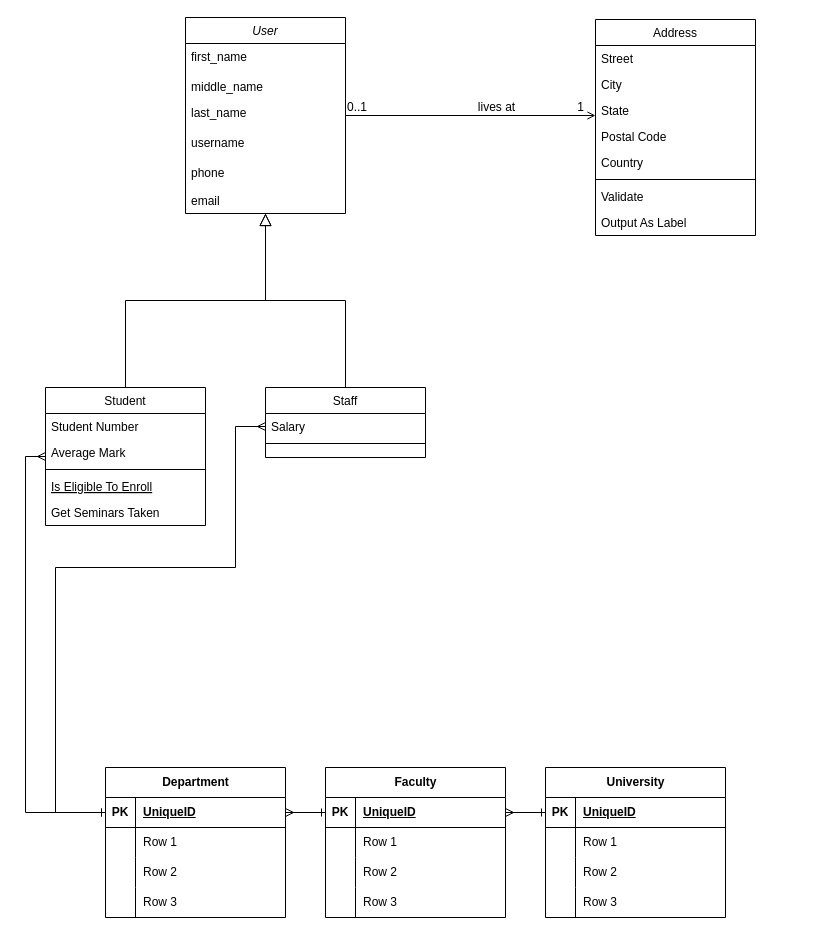
The draw.io diagram Untitled Diagram.drawio in GeeNahz/ER_diagrams, before the edit. Source tidied: cells renumbered, new cells numbered last; positions are measured from the earlier drawing's top-left corner, leaving out a move shared by most shapes. Both pictures are drawn from the tidied source at 100%, with x=0, y=0 at pixel (45, 17).
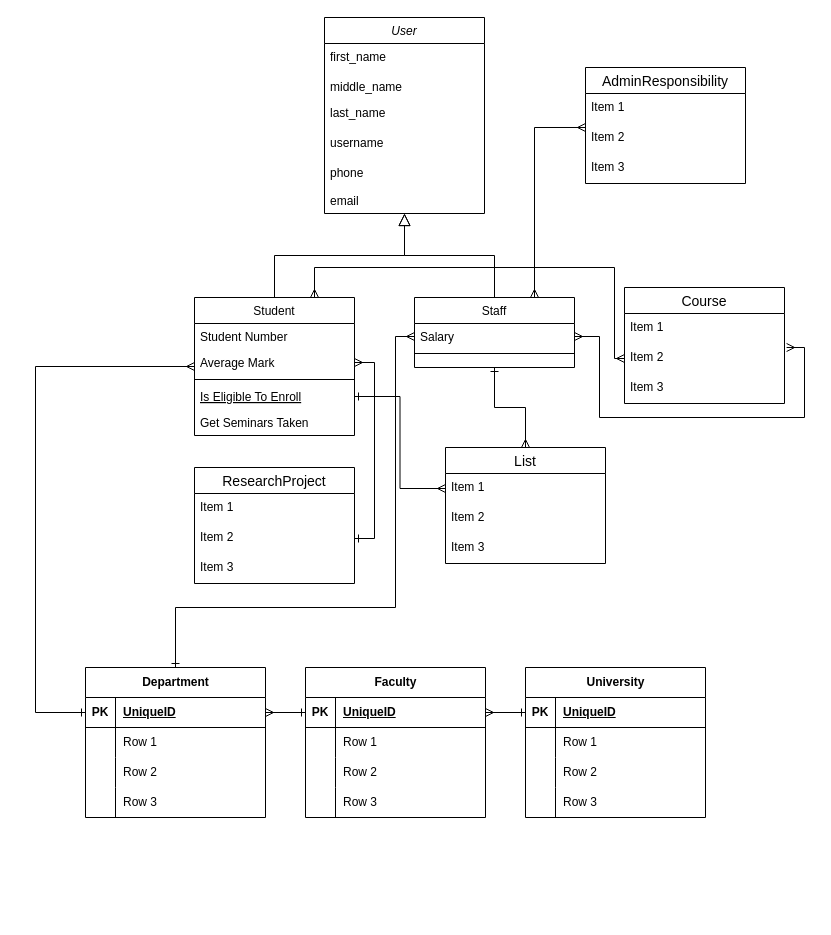
Above is the later version.

Commit message:
dbms-ERD

The change refers to these unchanged cells:
```xml
<mxCell id="12" value="Average Mark" style="text;align=left;verticalAlign=top;spacingLeft=4;spacingRight=4;overflow=hidden;points=[[0,0.5],[1,0.5]];portConstraint=eastwest;rounded=0;shadow=0;html=0;" parent="10" vertex="1">
  <mxGeometry y="52" width="160" height="26" as="geometry" />
</mxCell>
<mxCell id="14" value="Is Eligible To Enroll" style="text;align=left;verticalAlign=top;spacingLeft=4;spacingRight=4;overflow=hidden;points=[[0,0.5],[1,0.5]];portConstraint=eastwest;fontStyle=4;" parent="10" vertex="1">
  <mxGeometry y="86" width="160" height="26" as="geometry" />
</mxCell>
<mxCell id="18" value="Salary" style="text;align=left;verticalAlign=top;spacingLeft=4;spacingRight=4;overflow=hidden;points=[[0,0.5],[1,0.5]];portConstraint=eastwest;" parent="17" vertex="1">
  <mxGeometry y="26" width="160" height="26" as="geometry" />
</mxCell>
<mxCell id="61" style="shape=tableRow;horizontal=0;startSize=0;swimlaneHead=0;swimlaneBody=0;fillColor=none;points=[[0,0.5],[1,0.5]];portConstraint=eastwest;top=0;left=0;right=0;bottom=1;" parent="60" vertex="1">
  <mxGeometry y="30" width="180" height="30" as="geometry" />
</mxCell>
```

The edit, as a diff of the source:
```diff
@@
     <mxCell id="2" value="User" style="swimlane;fontStyle=2;align=center;verticalAlign=top;horizontal=1;startSize=26;rounded=0;shadow=0;strokeWidth=1;" parent="1" vertex="1">
-      <mxGeometry x="140" width="160" height="196" as="geometry" />
+      <mxGeometry x="279" width="160" height="196" as="geometry" />
     </mxCell>
@@
     <mxCell id="9" style="edgeStyle=orthogonalEdgeStyle;rounded=0;jettySize=auto;html=1;exitX=0;exitY=0.5;exitDx=0;exitDy=0;entryX=0;entryY=0.5;entryDx=0;entryDy=0;endArrow=ERone;endFill=0;startArrow=ERmany;startFill=0;" parent="1" edge="1" source="10" target="61">
-      <mxGeometry relative="1" as="geometry" />
+      <mxGeometry relative="1" as="geometry">
+        <Array as="points">
+          <mxPoint x="-10" y="349" />
+          <mxPoint x="-10" y="695" />
+        </Array>
+      </mxGeometry>
     </mxCell>
+    <mxCell id="76" style="edgeStyle=orthogonalEdgeStyle;rounded=0;jettySize=auto;html=1;exitX=0.75;exitY=0;exitDx=0;exitDy=0;entryX=0;entryY=0.5;entryDx=0;entryDy=0;startArrow=ERmany;startFill=0;endArrow=ERmany;endFill=0;" parent="1" edge="1" source="10" target="81">
+      <mxGeometry relative="1" as="geometry">
+        <Array as="points">
+          <mxPoint x="269" y="250" />
+          <mxPoint x="569" y="250" />
+          <mxPoint x="569" y="341" />
+        </Array>
+      </mxGeometry>
+    </mxCell>
+    <mxCell id="77" style="edgeStyle=orthogonalEdgeStyle;rounded=0;jettySize=auto;html=1;exitX=1;exitY=0.5;exitDx=0;exitDy=0;entryX=1;entryY=0.5;entryDx=0;entryDy=0;startArrow=ERmany;startFill=0;endArrow=ERone;endFill=0;" parent="1" edge="1" source="12" target="86">
+      <mxGeometry relative="1" as="geometry" />
+    </mxCell>
     <mxCell id="10" value="Student" style="swimlane;fontStyle=0;align=center;verticalAlign=top;horizontal=1;startSize=26;rounded=0;shadow=0;strokeWidth=1;" parent="1" vertex="1">
-      <mxGeometry y="370" width="160" height="138" as="geometry" />
+      <mxGeometry x="149" y="280" width="160" height="138" as="geometry" />
     </mxCell>
@@
+    <mxCell id="78" style="edgeStyle=orthogonalEdgeStyle;rounded=0;jettySize=auto;html=1;exitX=0.75;exitY=0;exitDx=0;exitDy=0;entryX=0;entryY=0.133;entryDx=0;entryDy=0;entryPerimeter=0;startArrow=ERmany;startFill=0;endArrow=ERmany;endFill=0;" parent="1" edge="1" source="17" target="90">
+      <mxGeometry relative="1" as="geometry" />
+    </mxCell>
     <mxCell id="17" value="Staff" style="swimlane;fontStyle=0;align=center;verticalAlign=top;horizontal=1;startSize=26;rounded=0;shadow=0;strokeWidth=1;" parent="1" vertex="1">
-      <mxGeometry x="220" y="370" width="160" height="70" as="geometry" />
+      <mxGeometry x="369" y="280" width="160" height="70" as="geometry" />
     </mxCell>
@@
-    <mxCell id="21" value="Address" style="swimlane;fontStyle=0;align=center;verticalAlign=top;horizontal=1;startSize=26;rounded=0;shadow=0;strokeWidth=1;" parent="1" vertex="1">
-      <mxGeometry x="550" y="2" width="160" height="216" as="geometry" />
-    </mxCell>
-    <mxCell id="22" value="Street" style="text;align=left;verticalAlign=top;spacingLeft=4;spacingRight=4;overflow=hidden;" parent="21" vertex="1">
-      <mxGeometry y="26" width="160" height="26" as="geometry" />
-    </mxCell>
-    <mxCell id="23" value="City" style="text;align=left;verticalAlign=top;spacingLeft=4;spacingRight=4;overflow=hidden;rounded=0;shadow=0;html=0;" parent="21" vertex="1">
-      <mxGeometry y="52" width="160" height="26" as="geometry" />
-    </mxCell>
-    <mxCell id="24" value="State" style="text;align=left;verticalAlign=top;spacingLeft=4;spacingRight=4;overflow=hidden;rounded=0;shadow=0;html=0;" parent="21" vertex="1">
-      <mxGeometry y="78" width="160" height="26" as="geometry" />
-    </mxCell>
-    <mxCell id="25" value="Postal Code" style="text;align=left;verticalAlign=top;spacingLeft=4;spacingRight=4;overflow=hidden;rounded=0;shadow=0;html=0;" parent="21" vertex="1">
-      <mxGeometry y="104" width="160" height="26" as="geometry" />
-    </mxCell>
-    <mxCell id="26" value="Country" style="text;align=left;verticalAlign=top;spacingLeft=4;spacingRight=4;overflow=hidden;rounded=0;shadow=0;html=0;" parent="21" vertex="1">
-      <mxGeometry y="130" width="160" height="26" as="geometry" />
-    </mxCell>
-    <mxCell id="27" style="line;html=1;strokeWidth=1;align=left;verticalAlign=middle;spacingTop=-1;spacingLeft=3;spacingRight=3;labelPosition=right;" parent="21" vertex="1">
-      <mxGeometry y="156" width="160" height="8" as="geometry" />
-    </mxCell>
-    <mxCell id="28" value="Validate" style="text;align=left;verticalAlign=top;spacingLeft=4;spacingRight=4;overflow=hidden;" parent="21" vertex="1">
-      <mxGeometry y="164" width="160" height="26" as="geometry" />
-    </mxCell>
-    <mxCell id="29" value="Output As Label" style="text;align=left;verticalAlign=top;spacingLeft=4;spacingRight=4;overflow=hidden;" parent="21" vertex="1">
-      <mxGeometry y="190" width="160" height="26" as="geometry" />
-    </mxCell>
-    <mxCell id="30" style="endArrow=open;shadow=0;strokeWidth=1;rounded=0;endFill=1;edgeStyle=elbowEdgeStyle;elbow=vertical;" parent="1" edge="1" source="2" target="21">
-      <mxGeometry x="0.5" y="41" relative="1" as="geometry">
-        <Array as="points">
-          <mxPoint x="200" y="120" />
-        </Array>
-        <mxPoint x="-40" y="32" as="offset" />
-      </mxGeometry>
-    </mxCell>
-    <mxCell id="31" value="0..1" style="align=left;verticalAlign=bottom;labelBackgroundColor=none;fontSize=12;" parent="30" vertex="1">
-      <mxGeometry x="-1" relative="1" as="geometry" />
-    </mxCell>
-    <mxCell id="32" value="1" style="align=right;verticalAlign=bottom;labelBackgroundColor=none;fontSize=12;" parent="30" vertex="1">
-      <mxGeometry x="1" relative="1" as="geometry">
-        <mxPoint x="-10" as="offset" />
-      </mxGeometry>
-    </mxCell>
-    <mxCell id="33" value="lives at" style="text;html=1;align=center;verticalAlign=middle;labelBackgroundColor=none;rounded=0;shadow=0;strokeWidth=1;fontSize=12;" parent="30" vertex="1">
-      <mxGeometry x="0.5" y="49" relative="1" as="geometry">
-        <mxPoint x="-38" y="40" as="offset" />
-      </mxGeometry>
-    </mxCell>
     <mxCell id="34" value="University" style="shape=table;startSize=30;childLayout=tableLayout;rowLines=0;fontStyle=1;align=center;html=1;" parent="1" vertex="1">
-      <mxGeometry x="500" y="750" width="180" height="150" as="geometry" />
+      <mxGeometry x="480" y="650" width="180" height="150" as="geometry" />
     </mxCell>
@@
     <mxCell id="47" value="Faculty" style="shape=table;startSize=30;childLayout=tableLayout;rowLines=0;fontStyle=1;align=center;html=1;" parent="1" vertex="1">
-      <mxGeometry x="280" y="750" width="180" height="150" as="geometry" />
+      <mxGeometry x="260" y="650" width="180" height="150" as="geometry" />
     </mxCell>
@@
     <mxCell id="60" value="Department" style="shape=table;startSize=30;childLayout=tableLayout;rowLines=0;fontStyle=1;align=center;html=1;" parent="1" vertex="1">
-      <mxGeometry x="60" y="750" width="180" height="150" as="geometry" />
+      <mxGeometry x="40" y="650" width="180" height="150" as="geometry" />
     </mxCell>
@@
-    <mxCell id="75" style="edgeStyle=orthogonalEdgeStyle;rounded=0;jettySize=auto;html=1;exitX=0;exitY=0.5;exitDx=0;exitDy=0;entryX=0;entryY=0.5;entryDx=0;entryDy=0;endArrow=ERone;endFill=0;startArrow=ERmany;startFill=0;" parent="1" edge="1" source="18" target="61">
+    <mxCell id="75" style="edgeStyle=orthogonalEdgeStyle;rounded=0;jettySize=auto;html=1;exitX=0;exitY=0.5;exitDx=0;exitDy=0;entryX=0.5;entryY=0;entryDx=0;entryDy=0;endArrow=ERone;endFill=0;startArrow=ERmany;startFill=0;" parent="1" edge="1" source="18" target="60">
       <mxGeometry relative="1" as="geometry">
         <Array as="points">
-          <mxPoint x="190" y="409" />
-          <mxPoint x="190" y="550" />
-          <mxPoint x="10" y="550" />
-          <mxPoint x="10" y="795" />
+          <mxPoint x="350" y="319" />
+          <mxPoint x="350" y="590" />
+          <mxPoint x="130" y="590" />
         </Array>
       </mxGeometry>
     </mxCell>
+    <mxCell id="79" value="Course" style="swimlane;fontStyle=0;horizontal=1;startSize=26;align=center;fontSize=14;" parent="1" vertex="1">
+      <mxGeometry x="579" y="270" width="160" height="116" as="geometry" />
+    </mxCell>
+    <mxCell id="80" value="Item 1" style="text;strokeColor=none;fillColor=none;spacingLeft=4;spacingRight=4;overflow=hidden;fontSize=12;whiteSpace=wrap;html=1;" parent="79" vertex="1">
+      <mxGeometry y="26" width="160" height="30" as="geometry" />
+    </mxCell>
+    <mxCell id="81" value="Item 2" style="text;strokeColor=none;fillColor=none;spacingLeft=4;spacingRight=4;overflow=hidden;points=[[0,0.5],[1,0.5]];portConstraint=eastwest;fontSize=12;whiteSpace=wrap;html=1;" parent="79" vertex="1">
+      <mxGeometry y="56" width="160" height="30" as="geometry" />
+    </mxCell>
+    <mxCell id="82" value="Item 3" style="text;strokeColor=none;fillColor=none;spacingLeft=4;spacingRight=4;overflow=hidden;fontSize=12;whiteSpace=wrap;html=1;" parent="79" vertex="1">
+      <mxGeometry y="86" width="160" height="30" as="geometry" />
+    </mxCell>
+    <mxCell id="83" style="edgeStyle=orthogonalEdgeStyle;rounded=0;jettySize=auto;html=1;exitX=1;exitY=0.5;exitDx=0;exitDy=0;entryX=1.013;entryY=0.133;entryDx=0;entryDy=0;entryPerimeter=0;startArrow=ERmany;startFill=0;endArrow=ERmany;endFill=0;" parent="1" edge="1" source="18" target="81">
+      <mxGeometry relative="1" as="geometry">
+        <Array as="points">
+          <mxPoint x="554" y="319" />
+          <mxPoint x="554" y="400" />
+          <mxPoint x="759" y="400" />
+          <mxPoint x="759" y="330" />
+        </Array>
+      </mxGeometry>
+    </mxCell>
+    <mxCell id="84" value="ResearchProject" style="swimlane;fontStyle=0;horizontal=1;startSize=26;align=center;fontSize=14;" parent="1" vertex="1">
+      <mxGeometry x="149" y="450" width="160" height="116" as="geometry" />
+    </mxCell>
+    <mxCell id="85" value="Item 1" style="text;strokeColor=none;fillColor=none;spacingLeft=4;spacingRight=4;overflow=hidden;fontSize=12;whiteSpace=wrap;html=1;" parent="84" vertex="1">
+      <mxGeometry y="26" width="160" height="30" as="geometry" />
+    </mxCell>
+    <mxCell id="86" value="Item 2" style="text;strokeColor=none;fillColor=none;spacingLeft=4;spacingRight=4;overflow=hidden;points=[[0,0.5],[1,0.5]];portConstraint=eastwest;fontSize=12;whiteSpace=wrap;html=1;" parent="84" vertex="1">
+      <mxGeometry y="56" width="160" height="30" as="geometry" />
+    </mxCell>
+    <mxCell id="87" value="Item 3" style="text;strokeColor=none;fillColor=none;spacingLeft=4;spacingRight=4;overflow=hidden;fontSize=12;whiteSpace=wrap;html=1;" parent="84" vertex="1">
+      <mxGeometry y="86" width="160" height="30" as="geometry" />
+    </mxCell>
+    <mxCell id="88" value="AdminResponsibility" style="swimlane;fontStyle=0;horizontal=1;startSize=26;align=center;fontSize=14;" parent="1" vertex="1">
+      <mxGeometry x="540" y="50" width="160" height="116" as="geometry" />
+    </mxCell>
+    <mxCell id="89" value="Item 1" style="text;strokeColor=none;fillColor=none;spacingLeft=4;spacingRight=4;overflow=hidden;fontSize=12;whiteSpace=wrap;html=1;" parent="88" vertex="1">
+      <mxGeometry y="26" width="160" height="30" as="geometry" />
+    </mxCell>
+    <mxCell id="90" value="Item 2" style="text;strokeColor=none;fillColor=none;spacingLeft=4;spacingRight=4;overflow=hidden;points=[[0,0.5],[1,0.5]];portConstraint=eastwest;fontSize=12;whiteSpace=wrap;html=1;" parent="88" vertex="1">
+      <mxGeometry y="56" width="160" height="30" as="geometry" />
+    </mxCell>
+    <mxCell id="91" value="Item 3" style="text;strokeColor=none;fillColor=none;spacingLeft=4;spacingRight=4;overflow=hidden;fontSize=12;whiteSpace=wrap;html=1;" parent="88" vertex="1">
+      <mxGeometry y="86" width="160" height="30" as="geometry" />
+    </mxCell>
+    <mxCell id="92" style="edgeStyle=orthogonalEdgeStyle;rounded=0;jettySize=auto;html=1;exitX=0.5;exitY=0;exitDx=0;exitDy=0;entryX=0.5;entryY=1;entryDx=0;entryDy=0;startArrow=ERmany;startFill=0;endArrow=ERone;endFill=0;" parent="1" edge="1" source="93" target="17">
+      <mxGeometry relative="1" as="geometry" />
+    </mxCell>
+    <mxCell id="93" value="List" style="swimlane;fontStyle=0;horizontal=1;startSize=26;align=center;fontSize=14;" parent="1" vertex="1">
+      <mxGeometry x="400" y="430" width="160" height="116" as="geometry" />
+    </mxCell>
+    <mxCell id="94" value="Item 1" style="text;strokeColor=none;fillColor=none;spacingLeft=4;spacingRight=4;overflow=hidden;points=[[0,0.5],[1,0.5]];portConstraint=eastwest;fontSize=12;whiteSpace=wrap;html=1;" parent="93" vertex="1">
+      <mxGeometry y="26" width="160" height="30" as="geometry" />
+    </mxCell>
+    <mxCell id="95" value="Item 2" style="text;strokeColor=none;fillColor=none;spacingLeft=4;spacingRight=4;overflow=hidden;fontSize=12;whiteSpace=wrap;html=1;" parent="93" vertex="1">
+      <mxGeometry y="56" width="160" height="30" as="geometry" />
+    </mxCell>
+    <mxCell id="96" value="Item 3" style="text;strokeColor=none;fillColor=none;spacingLeft=4;spacingRight=4;overflow=hidden;fontSize=12;whiteSpace=wrap;html=1;" parent="93" vertex="1">
+      <mxGeometry y="86" width="160" height="30" as="geometry" />
+    </mxCell>
+    <mxCell id="97" style="edgeStyle=orthogonalEdgeStyle;rounded=0;jettySize=auto;html=1;exitX=0;exitY=0.5;exitDx=0;exitDy=0;entryX=1;entryY=0.5;entryDx=0;entryDy=0;startArrow=ERmany;startFill=0;endArrow=ERone;endFill=0;" parent="1" edge="1" source="94" target="14">
+      <mxGeometry relative="1" as="geometry" />
+    </mxCell>
```
